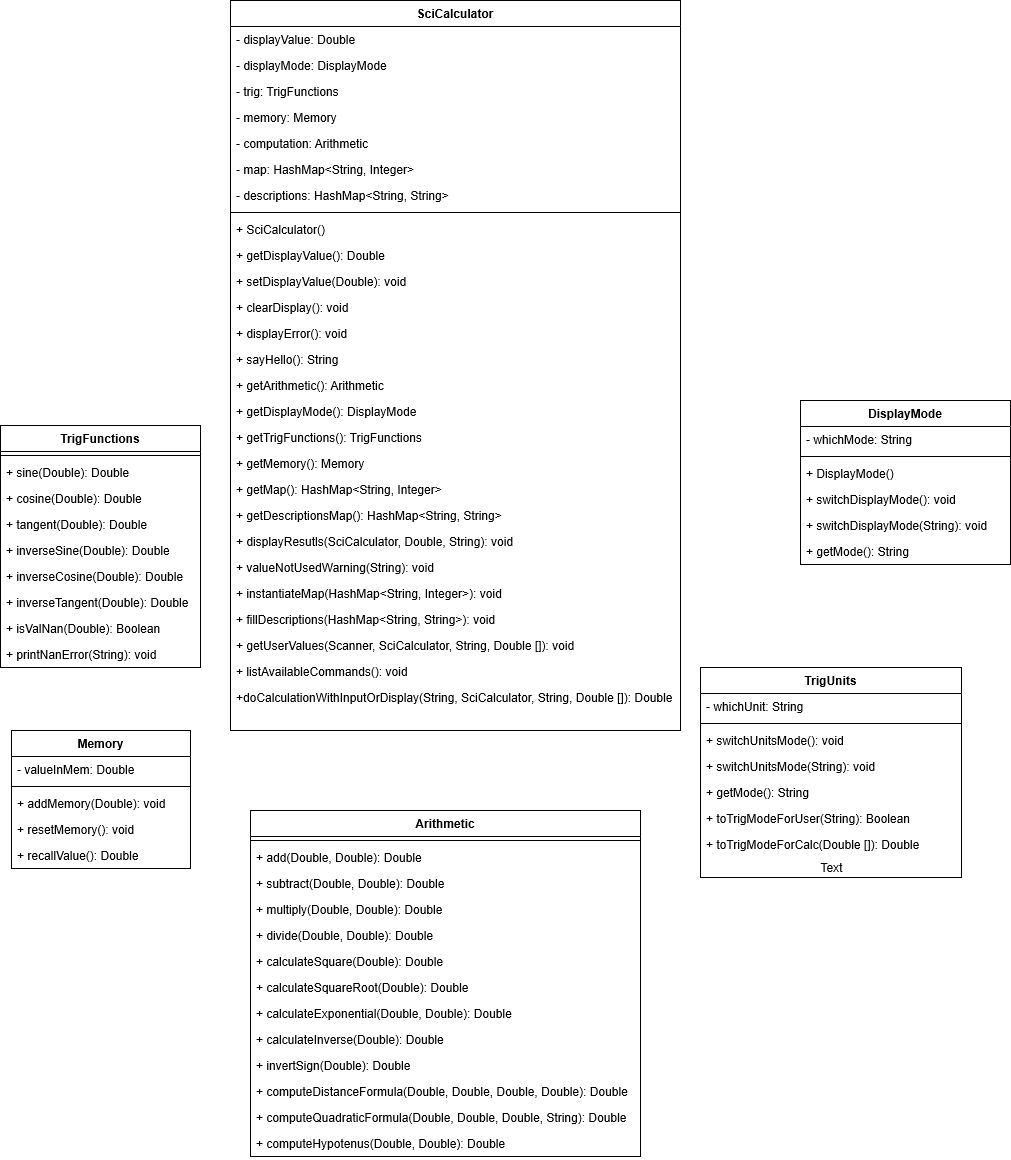
Earlier version of the draw.io export umls/SciCalculator.png (KaveeshaW/StayReadyLab02). Source tidied: cells renumbered, new cells last; positions are measured from the earlier drawing's top-left corner, leaving out a move shared by most shapes.
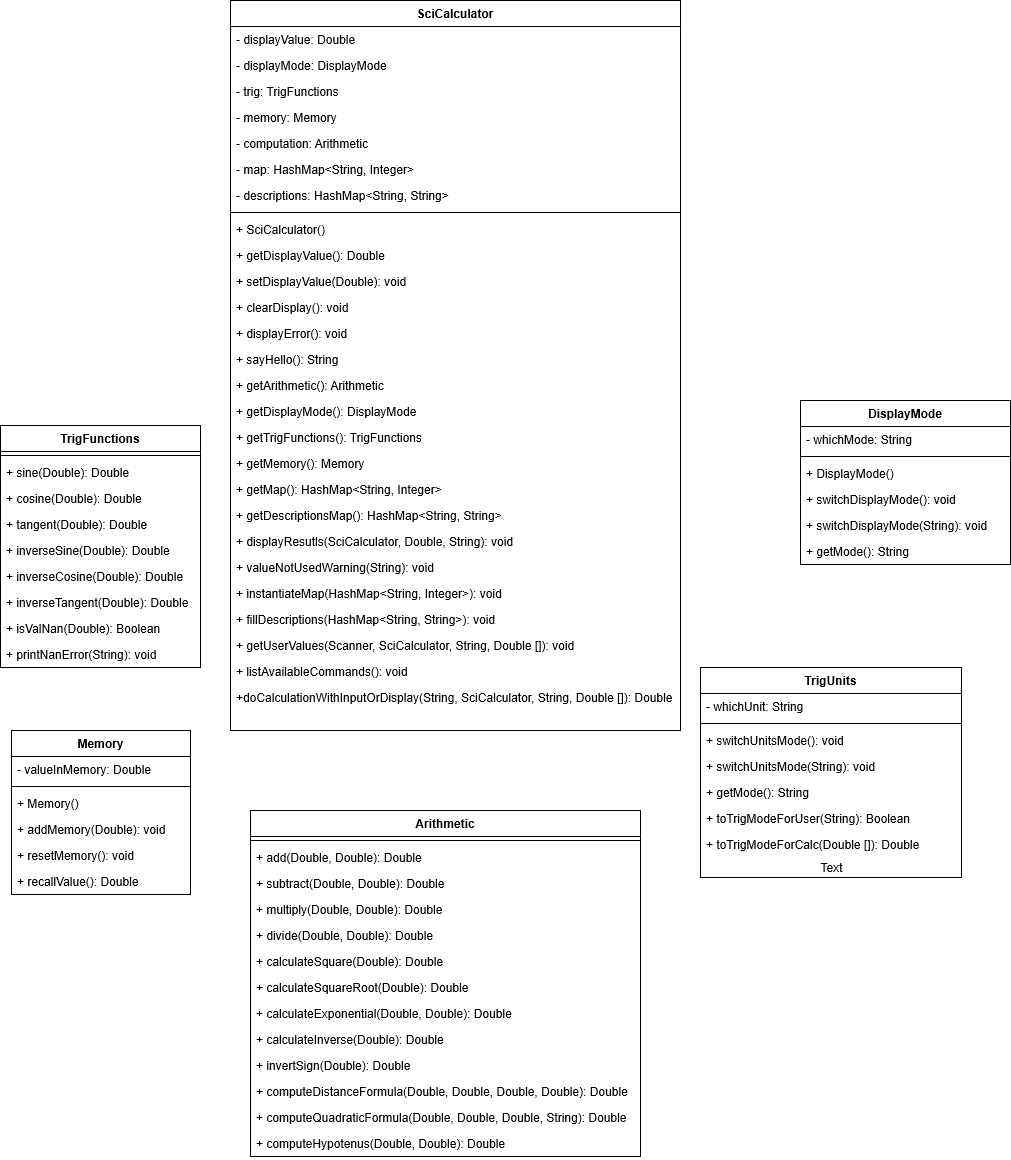
Above is the later version.

Commit message:
added constructor to Memory class  and added Memory constructor to uml

Diff of the diagram source:
```diff
@@ -87,22 +87,25 @@
       <mxGeometry y="684" width="450" height="46" as="geometry" />
     </mxCell>
     <mxCell id="30" value="Memory" style="swimlane;fontStyle=1;align=center;verticalAlign=top;horizontal=1;startSize=26;" parent="1" vertex="1">
-      <mxGeometry x="11" y="730" width="179" height="138" as="geometry" />
+      <mxGeometry x="11" y="730" width="179" height="164" as="geometry" />
     </mxCell>
-    <mxCell id="31" value="- valueInMem: Double" style="text;strokeColor=none;fillColor=none;align=left;verticalAlign=top;spacingLeft=4;spacingRight=4;overflow=hidden;" parent="30" vertex="1">
+    <mxCell id="31" value="- valueInMemory: Double" style="text;strokeColor=none;fillColor=none;align=left;verticalAlign=top;spacingLeft=4;spacingRight=4;overflow=hidden;" parent="30" vertex="1">
       <mxGeometry y="26" width="179" height="26" as="geometry" />
     </mxCell>
     <mxCell id="32" style="line;strokeWidth=1;fillColor=none;align=left;verticalAlign=middle;spacingTop=-1;spacingLeft=3;spacingRight=3;labelPosition=right;" parent="30" vertex="1">
       <mxGeometry y="52" width="179" height="8" as="geometry" />
     </mxCell>
+    <mxCell id="76" value="+ Memory()" style="text;strokeColor=none;fillColor=none;align=left;verticalAlign=top;spacingLeft=4;spacingRight=4;overflow=hidden;" parent="30" vertex="1">
+      <mxGeometry y="60" width="179" height="26" as="geometry" />
+    </mxCell>
     <mxCell id="33" value="+ addMemory(Double): void" style="text;strokeColor=none;fillColor=none;align=left;verticalAlign=top;spacingLeft=4;spacingRight=4;overflow=hidden;" parent="30" vertex="1">
-      <mxGeometry y="60" width="179" height="26" as="geometry" />
+      <mxGeometry y="86" width="179" height="26" as="geometry" />
     </mxCell>
     <mxCell id="34" value="+ resetMemory(): void" style="text;strokeColor=none;fillColor=none;align=left;verticalAlign=top;spacingLeft=4;spacingRight=4;overflow=hidden;" parent="30" vertex="1">
-      <mxGeometry y="86" width="179" height="26" as="geometry" />
+      <mxGeometry y="112" width="179" height="26" as="geometry" />
     </mxCell>
     <mxCell id="35" value="+ recallValue(): Double" style="text;strokeColor=none;fillColor=none;align=left;verticalAlign=top;spacingLeft=4;spacingRight=4;overflow=hidden;" parent="30" vertex="1">
-      <mxGeometry y="112" width="179" height="26" as="geometry" />
+      <mxGeometry y="138" width="179" height="26" as="geometry" />
     </mxCell>
     <mxCell id="36" value="TrigFunctions" style="swimlane;fontStyle=1;align=center;verticalAlign=top;horizontal=1;startSize=26;" parent="1" vertex="1">
       <mxGeometry y="425" width="200" height="242" as="geometry" />
```
